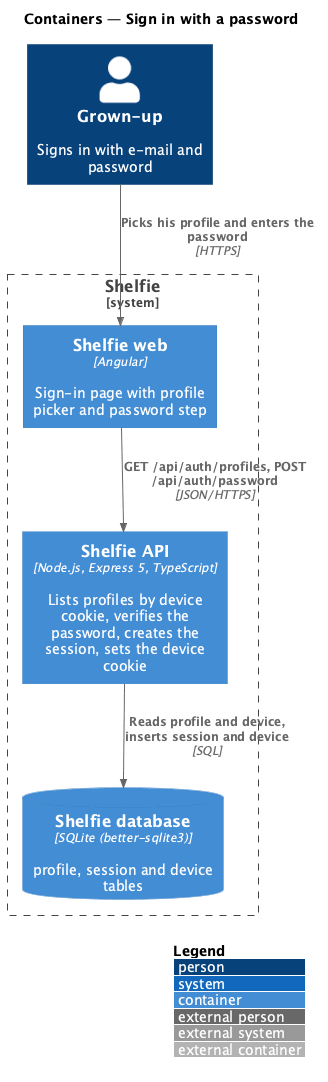
Before: docs/detailed-designs/sign-in/sign-in-with-password/diagrams/c4-container.png, a diagram exported from PlantUML (QuinntyneBrown/shelfie). Its diagram source:
```plantuml
@startuml
!include <C4/C4_Container>
LAYOUT_WITH_LEGEND()
title Containers — Sign in with a password

Person(grownUp, "Grown-up", "Signs in with e-mail and password")
System_Boundary(shelfie, "Shelfie") {
  Container(web, "Shelfie web", "Angular", "Sign-in page with profile picker and password step")
  Container(api, "Shelfie API", "Node.js, Express 5, TypeScript", "Lists profiles by device cookie, verifies the password, creates the session, sets the device cookie")
  ContainerDb(db, "Shelfie database", "SQLite (better-sqlite3)", "profile, session and device tables")
}
Rel(grownUp, web, "Picks his profile and enters the password", "HTTPS")
Rel(web, api, "GET /api/auth/profiles, POST /api/auth/password", "JSON/HTTPS")
Rel(api, db, "Reads profile and device, inserts session and device", "SQL")
@enduml
```
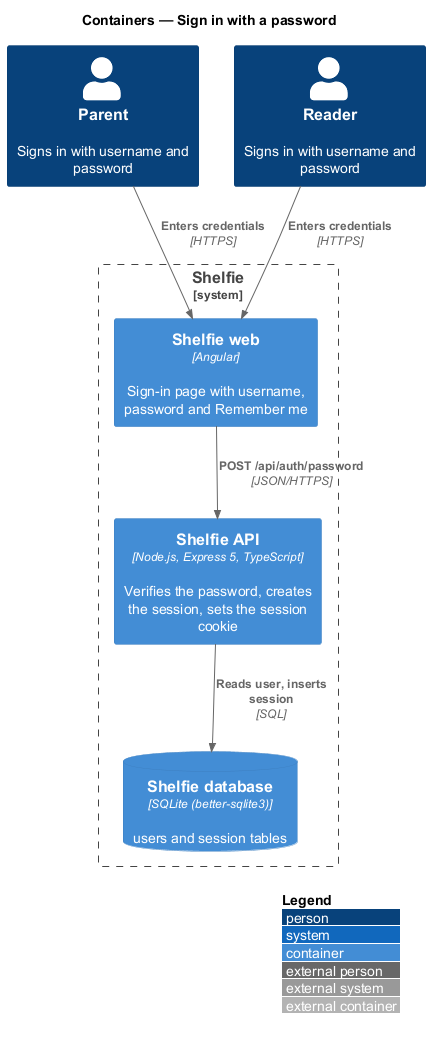
Above is the later version.

Change to the diagram source:
```diff
@@ -3,13 +3,15 @@
 LAYOUT_WITH_LEGEND()
 title Containers — Sign in with a password
 
-Person(grownUp, "Grown-up", "Signs in with e-mail and password")
+Person(parent, "Parent", "Signs in with username and password")
+Person(reader, "Reader", "Signs in with username and password")
 System_Boundary(shelfie, "Shelfie") {
-  Container(web, "Shelfie web", "Angular", "Sign-in page with profile picker and password step")
-  Container(api, "Shelfie API", "Node.js, Express 5, TypeScript", "Lists profiles by device cookie, verifies the password, creates the session, sets the device cookie")
-  ContainerDb(db, "Shelfie database", "SQLite (better-sqlite3)", "profile, session and device tables")
+  Container(web, "Shelfie web", "Angular", "Sign-in page with username, password and Remember me")
+  Container(api, "Shelfie API", "Node.js, Express 5, TypeScript", "Verifies the password, creates the session, sets the session cookie")
+  ContainerDb(db, "Shelfie database", "SQLite (better-sqlite3)", "users and session tables")
 }
-Rel(grownUp, web, "Picks his profile and enters the password", "HTTPS")
-Rel(web, api, "GET /api/auth/profiles, POST /api/auth/password", "JSON/HTTPS")
-Rel(api, db, "Reads profile and device, inserts session and device", "SQL")
+Rel(parent, web, "Enters credentials", "HTTPS")
+Rel(reader, web, "Enters credentials", "HTTPS")
+Rel(web, api, "POST /api/auth/password", "JSON/HTTPS")
+Rel(api, db, "Reads user, inserts session", "SQL")
 @enduml
```
